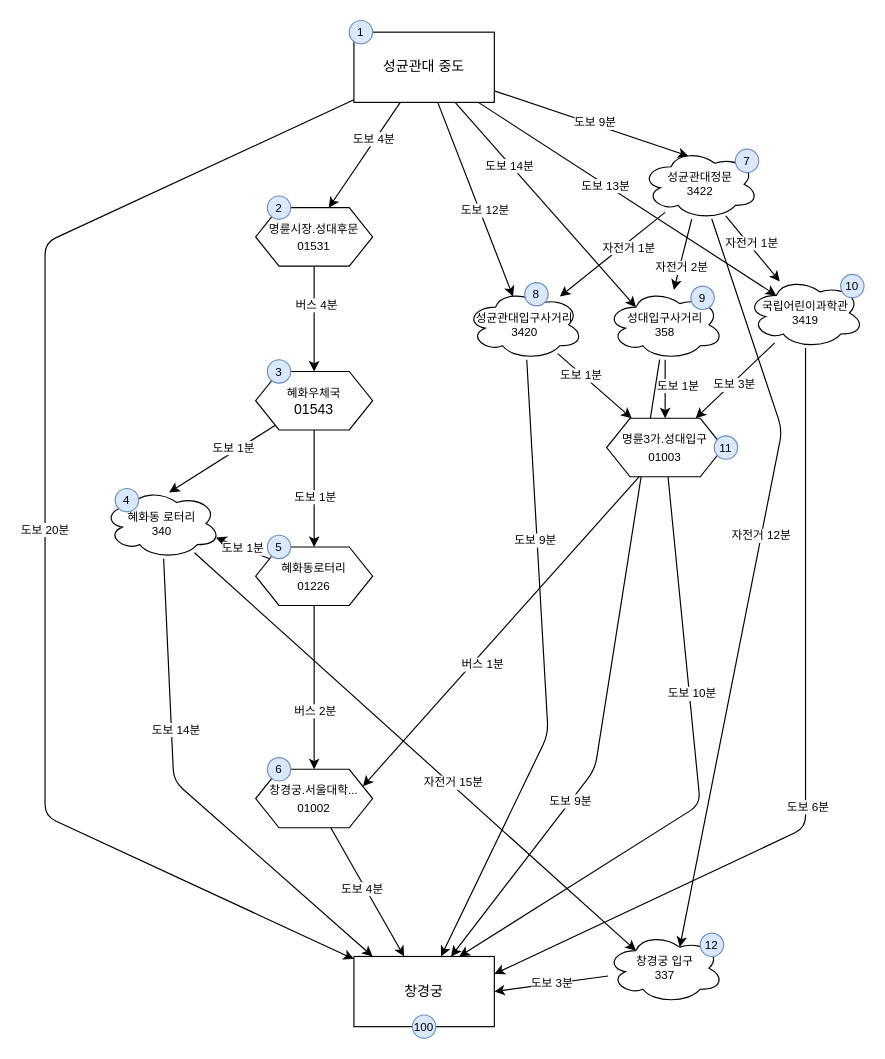
This is skku-to-changgyeonggung.drawio from dannaward/seoulbike-navigation, a draw.io file, before an edit. Source tidied: cells renumbered, new cells numbered last; positions are measured from the earlier drawing's top-left corner, leaving out a move shared by most shapes. Both pictures are drawn from the tidied source at 117%, with x=0, y=0 at pixel (44, 20).
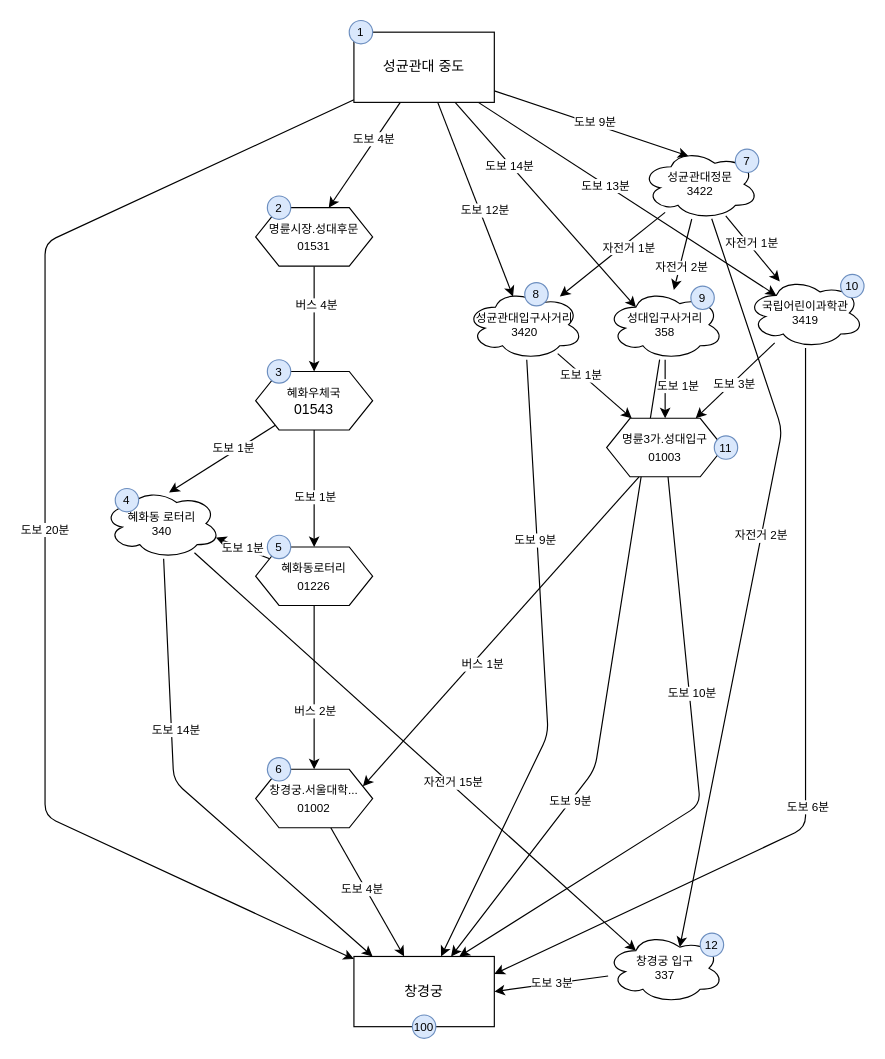
The same page after the edit.

Commit message:
성대입구 대여소 -> 창경궁 입구 대여소 소요시간 수정

Unchanged cells that the change refers to:
```xml
<mxCell id="36" style="edgeStyle=none;jettySize=auto;html=1;entryX=0.625;entryY=0.2;entryDx=0;entryDy=0;entryPerimeter=0;fontSize=10;" parent="1" edge="1" source="38" target="65">
  <mxGeometry relative="1" as="geometry">
    <Array as="points">
      <mxPoint x="630" y="350" />
    </Array>
  </mxGeometry>
</mxCell>
```

Change to the diagram source:
```diff
@@
-    <mxCell id="37" value="자전거 12분" style="edgeLabel;html=1;align=center;verticalAlign=middle;fontSize=10;" parent="36" vertex="1">
+    <mxCell id="37" value="자전거 2분" style="edgeLabel;html=1;align=center;verticalAlign=middle;fontSize=10;" parent="36" vertex="1">
       <mxGeometry x="-0.12" y="-1" relative="1" as="geometry" />
     </mxCell>
```
